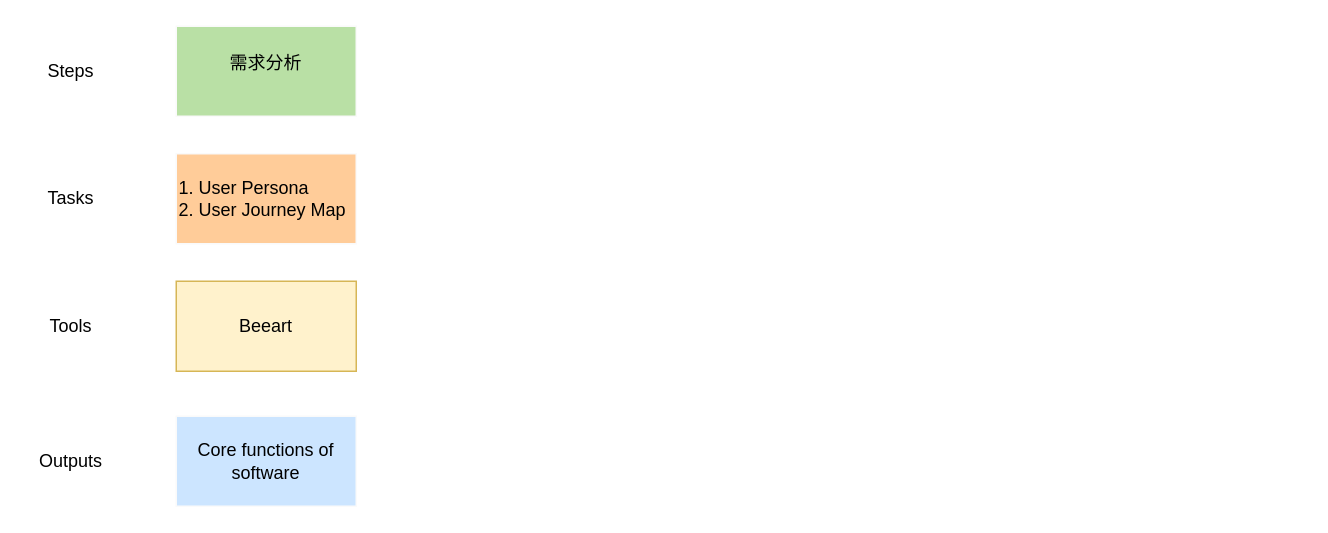
Earlier version of the draw.io diagram page "Page-3" (3 of 5) of wxt-c4.drawio (XiaotianWU-code/img). Source tidied: cells renumbered, new cells numbered last; positions are measured from the earlier drawing's top-left corner, leaving out a move shared by most shapes. Both pictures are drawn from the tidied source at 150%, with x=0, y=0 at pixel (26, 26).
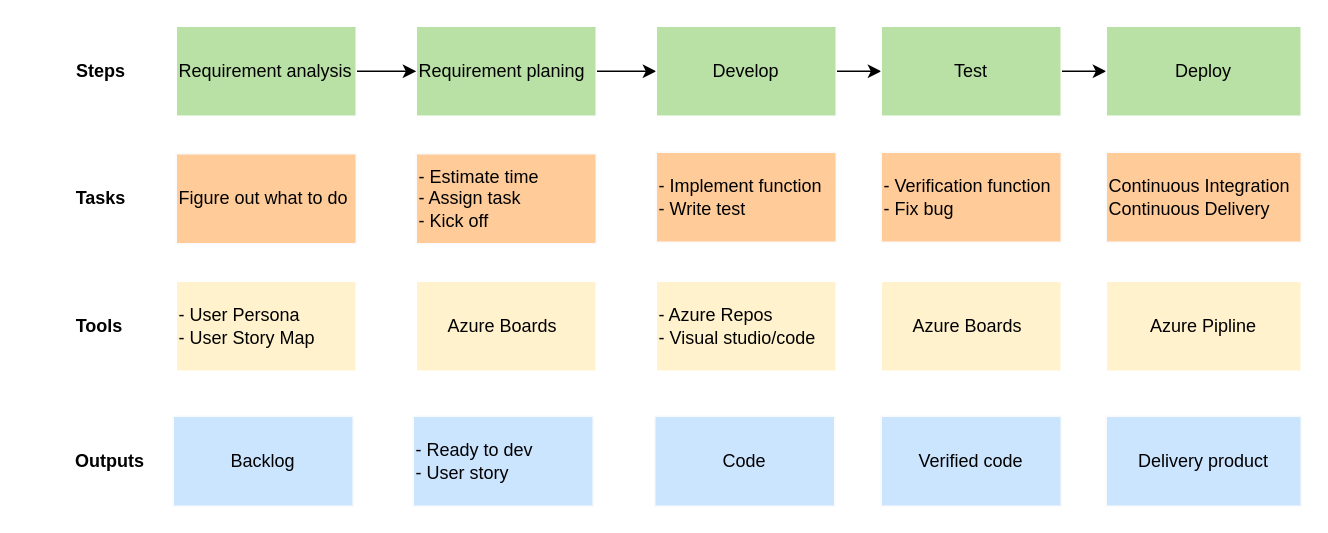
The same diagram, later.

What changed in the source:
```diff
@@
-    <mxCell id="2" style="verticalLabelPosition=bottom;verticalAlign=top;html=1;shape=mxgraph.basic.rect;fillColor2=none;strokeWidth=1;size=20;indent=5;rounded=1;shadow=0;glass=0;sketch=0;strokeColor=#FAFAFA;fillColor=#B9E0A5;" parent="1" vertex="1">
-      <mxGeometry x="100" width="120" height="60" as="geometry" />
-    </mxCell>
-    <mxCell id="3" value="Steps" style="text;html=1;strokeColor=none;fillColor=none;align=center;verticalAlign=middle;whiteSpace=wrap;rounded=0;shadow=0;glass=0;sketch=0;" parent="1" vertex="1">
-      <mxGeometry y="15" width="60" height="30" as="geometry" />
+    <mxCell id="3" value="&lt;b&gt;Steps&lt;/b&gt;" style="text;html=1;strokeColor=none;fillColor=none;align=center;verticalAlign=middle;whiteSpace=wrap;rounded=0;shadow=0;glass=0;sketch=0;" parent="1" vertex="1">
+      <mxGeometry x="20" y="15" width="60" height="30" as="geometry" />
     </mxCell>
-    <mxCell id="4" value="需求分析" style="text;html=1;strokeColor=none;fillColor=none;align=center;verticalAlign=middle;whiteSpace=wrap;rounded=0;shadow=0;glass=0;sketch=0;" parent="1" vertex="1">
-      <mxGeometry x="130" y="10" width="60" height="30" as="geometry" />
-    </mxCell>
-    <mxCell id="5" value="Tasks" style="text;html=1;strokeColor=none;fillColor=none;align=center;verticalAlign=middle;whiteSpace=wrap;rounded=0;shadow=0;glass=0;sketch=0;" parent="1" vertex="1">
-      <mxGeometry y="100" width="60" height="30" as="geometry" />
+    <mxCell id="5" value="&lt;b&gt;Tasks&lt;/b&gt;" style="text;html=1;strokeColor=none;fillColor=none;align=center;verticalAlign=middle;whiteSpace=wrap;rounded=0;shadow=0;glass=0;sketch=0;" parent="1" vertex="1">
+      <mxGeometry x="20" y="100" width="60" height="30" as="geometry" />
     </mxCell>
-    <mxCell id="6" value="1. User Persona&lt;br&gt;2. User Journey Map" style="rounded=0;whiteSpace=wrap;html=1;shadow=0;glass=0;sketch=0;strokeColor=#FAFAFA;fillColor=#ffcc99;align=left;" parent="1" vertex="1">
+    <mxCell id="6" value="Figure out what to do" style="rounded=0;whiteSpace=wrap;html=1;shadow=0;glass=0;sketch=0;strokeColor=#FAFAFA;fillColor=#ffcc99;align=left;" parent="1" vertex="1">
       <mxGeometry x="100" y="85" width="120" height="60" as="geometry" />
     </mxCell>
-    <mxCell id="7" value="Tools" style="text;html=1;strokeColor=none;fillColor=none;align=center;verticalAlign=middle;whiteSpace=wrap;rounded=0;shadow=0;glass=0;sketch=0;" parent="1" vertex="1">
-      <mxGeometry y="185" width="60" height="30" as="geometry" />
+    <mxCell id="7" value="&lt;b&gt;Tools&lt;/b&gt;" style="text;html=1;strokeColor=none;fillColor=none;align=center;verticalAlign=middle;whiteSpace=wrap;rounded=0;shadow=0;glass=0;sketch=0;" parent="1" vertex="1">
+      <mxGeometry x="19" y="185" width="60" height="30" as="geometry" />
     </mxCell>
-    <mxCell id="8" value="Beeart" style="rounded=0;whiteSpace=wrap;html=1;shadow=0;glass=0;sketch=0;strokeColor=#d6b656;fillColor=#fff2cc;" parent="1" vertex="1">
+    <mxCell id="8" value="&lt;span style=&quot;&quot;&gt;- User Persona&lt;/span&gt;&lt;br style=&quot;&quot;&gt;&lt;span style=&quot;&quot;&gt;- User Story Map&lt;/span&gt;" style="rounded=0;whiteSpace=wrap;html=1;shadow=0;glass=0;sketch=0;strokeColor=#FFFFFF;fillColor=#fff2cc;align=left;" parent="1" vertex="1">
       <mxGeometry x="100" y="170" width="120" height="60" as="geometry" />
     </mxCell>
-    <mxCell id="9" value="Outputs" style="text;html=1;strokeColor=none;fillColor=none;align=center;verticalAlign=middle;whiteSpace=wrap;rounded=0;shadow=0;glass=0;sketch=0;" parent="1" vertex="1">
-      <mxGeometry y="275" width="60" height="30" as="geometry" />
+    <mxCell id="9" value="&lt;b&gt;Outputs&lt;/b&gt;" style="text;html=1;strokeColor=none;fillColor=none;align=center;verticalAlign=middle;whiteSpace=wrap;rounded=0;shadow=0;glass=0;sketch=0;" parent="1" vertex="1">
+      <mxGeometry x="26" y="275" width="60" height="30" as="geometry" />
     </mxCell>
-    <mxCell id="10" value="Core functions of software" style="rounded=0;whiteSpace=wrap;html=1;shadow=0;glass=0;sketch=0;strokeColor=#FAFAFA;fillColor=#cce5ff;" parent="1" vertex="1">
-      <mxGeometry x="100" y="260" width="120" height="60" as="geometry" />
+    <mxCell id="10" value="Backlog" style="rounded=0;whiteSpace=wrap;html=1;shadow=0;glass=0;sketch=0;strokeColor=#FAFAFA;fillColor=#cce5ff;" parent="1" vertex="1">
+      <mxGeometry x="98" y="260" width="120" height="60" as="geometry" />
     </mxCell>
+    <mxCell id="11" style="edgeStyle=orthogonalEdgeStyle;rounded=0;jettySize=auto;html=1;" parent="1" edge="1" source="12" target="14">
+      <mxGeometry relative="1" as="geometry" />
+    </mxCell>
+    <mxCell id="12" value="Requirement planing" style="rounded=0;whiteSpace=wrap;html=1;shadow=0;glass=0;sketch=0;strokeColor=#FFFFFF;fillColor=#B9E0A5;align=left;" parent="1" vertex="1">
+      <mxGeometry x="260" width="120" height="60" as="geometry" />
+    </mxCell>
+    <mxCell id="13" style="edgeStyle=orthogonalEdgeStyle;rounded=0;jettySize=auto;html=1;" parent="1" edge="1" source="14" target="24">
+      <mxGeometry relative="1" as="geometry" />
+    </mxCell>
+    <mxCell id="14" value="Develop" style="rounded=0;whiteSpace=wrap;html=1;shadow=0;glass=0;sketch=0;strokeColor=#FFFFFF;fillColor=#B9E0A5;align=center;" parent="1" vertex="1">
+      <mxGeometry x="420" width="120" height="60" as="geometry" />
+    </mxCell>
+    <mxCell id="15" value="- Estimate time&lt;br&gt;- Assign task&lt;br&gt;- Kick off" style="rounded=0;whiteSpace=wrap;html=1;shadow=0;glass=0;sketch=0;strokeColor=#FAFAFA;fillColor=#ffcc99;align=left;" parent="1" vertex="1">
+      <mxGeometry x="260" y="85" width="120" height="60" as="geometry" />
+    </mxCell>
+    <mxCell id="16" value="&lt;blockquote style=&quot;margin: 0 0 0 40px; border: none; padding: 0px;&quot;&gt;&lt;/blockquote&gt;&lt;span style=&quot;background-color: initial;&quot;&gt;&lt;div style=&quot;text-align: center;&quot;&gt;&amp;nbsp; &amp;nbsp; &amp;nbsp; Azure Boards&lt;/div&gt;&lt;/span&gt;" style="rounded=0;whiteSpace=wrap;html=1;shadow=0;glass=0;sketch=0;strokeColor=#FFFFFF;fillColor=#fff2cc;align=left;" parent="1" vertex="1">
+      <mxGeometry x="260" y="170" width="120" height="60" as="geometry" />
+    </mxCell>
+    <mxCell id="17" value="- Ready to dev&lt;br&gt;- User story" style="rounded=0;whiteSpace=wrap;html=1;shadow=0;glass=0;sketch=0;strokeColor=#FAFAFA;fillColor=#cce5ff;align=left;" parent="1" vertex="1">
+      <mxGeometry x="258" y="260" width="120" height="60" as="geometry" />
+    </mxCell>
+    <mxCell id="18" style="edgeStyle=orthogonalEdgeStyle;rounded=0;jettySize=auto;html=1;" parent="1" edge="1" source="19" target="12">
+      <mxGeometry relative="1" as="geometry" />
+    </mxCell>
+    <mxCell id="19" value="Requirement analysis" style="rounded=0;whiteSpace=wrap;html=1;shadow=0;glass=0;sketch=0;strokeColor=#FFFFFF;fillColor=#B9E0A5;align=left;" parent="1" vertex="1">
+      <mxGeometry x="100" width="120" height="60" as="geometry" />
+    </mxCell>
+    <mxCell id="20" value="- Implement function&lt;br&gt;- Write test&amp;nbsp;" style="rounded=0;whiteSpace=wrap;html=1;shadow=0;glass=0;sketch=0;strokeColor=#FAFAFA;fillColor=#ffcc99;align=left;" parent="1" vertex="1">
+      <mxGeometry x="420" y="84" width="120" height="60" as="geometry" />
+    </mxCell>
+    <mxCell id="21" value="&lt;blockquote style=&quot;margin: 0 0 0 40px; border: none; padding: 0px;&quot;&gt;&lt;/blockquote&gt;&lt;span style=&quot;background-color: initial;&quot;&gt;&lt;div style=&quot;&quot;&gt;- Azure Repos&lt;/div&gt;&lt;div style=&quot;&quot;&gt;- Visual studio/code&lt;/div&gt;&lt;/span&gt;" style="rounded=0;whiteSpace=wrap;html=1;shadow=0;glass=0;sketch=0;strokeColor=#FFFFFF;fillColor=#fff2cc;align=left;" parent="1" vertex="1">
+      <mxGeometry x="420" y="170" width="120" height="60" as="geometry" />
+    </mxCell>
+    <mxCell id="22" value="Code" style="rounded=0;whiteSpace=wrap;html=1;shadow=0;glass=0;sketch=0;strokeColor=#FAFAFA;fillColor=#cce5ff;" parent="1" vertex="1">
+      <mxGeometry x="419" y="260" width="120" height="60" as="geometry" />
+    </mxCell>
+    <mxCell id="23" style="edgeStyle=orthogonalEdgeStyle;rounded=0;jettySize=auto;html=1;" parent="1" edge="1" source="24" target="28">
+      <mxGeometry relative="1" as="geometry" />
+    </mxCell>
+    <mxCell id="24" value="Test" style="rounded=0;whiteSpace=wrap;html=1;shadow=0;glass=0;sketch=0;strokeColor=#FFFFFF;fillColor=#B9E0A5;align=center;" parent="1" vertex="1">
+      <mxGeometry x="570" width="120" height="60" as="geometry" />
+    </mxCell>
+    <mxCell id="25" value="- Verification function&lt;br&gt;- Fix bug" style="rounded=0;whiteSpace=wrap;html=1;shadow=0;glass=0;sketch=0;strokeColor=#FAFAFA;fillColor=#ffcc99;align=left;" parent="1" vertex="1">
+      <mxGeometry x="570" y="84" width="120" height="60" as="geometry" />
+    </mxCell>
+    <mxCell id="26" value="&lt;blockquote style=&quot;margin: 0 0 0 40px; border: none; padding: 0px;&quot;&gt;&lt;/blockquote&gt;&lt;span style=&quot;background-color: initial;&quot;&gt;&lt;div style=&quot;text-align: right;&quot;&gt;&amp;nbsp; &amp;nbsp; &amp;nbsp; Azure Boards&lt;br&gt;&lt;/div&gt;&lt;/span&gt;" style="rounded=0;whiteSpace=wrap;html=1;shadow=0;glass=0;sketch=0;strokeColor=#FFFFFF;fillColor=#fff2cc;align=left;" parent="1" vertex="1">
+      <mxGeometry x="570" y="170" width="120" height="60" as="geometry" />
+    </mxCell>
+    <mxCell id="27" value="Verified code" style="rounded=0;whiteSpace=wrap;html=1;shadow=0;glass=0;sketch=0;strokeColor=#FAFAFA;fillColor=#cce5ff;" parent="1" vertex="1">
+      <mxGeometry x="570" y="260" width="120" height="60" as="geometry" />
+    </mxCell>
+    <mxCell id="28" value="Deploy" style="rounded=0;whiteSpace=wrap;html=1;shadow=0;glass=0;sketch=0;strokeColor=#FFFFFF;fillColor=#B9E0A5;align=center;" parent="1" vertex="1">
+      <mxGeometry x="720" width="130" height="60" as="geometry" />
+    </mxCell>
+    <mxCell id="29" value="Continuous Integration&lt;br&gt;Continuous Delivery" style="rounded=0;whiteSpace=wrap;html=1;shadow=0;glass=0;sketch=0;strokeColor=#FAFAFA;fillColor=#ffcc99;align=left;" parent="1" vertex="1">
+      <mxGeometry x="720" y="84" width="130" height="60" as="geometry" />
+    </mxCell>
+    <mxCell id="30" value="Delivery product" style="rounded=0;whiteSpace=wrap;html=1;shadow=0;glass=0;sketch=0;strokeColor=#FAFAFA;fillColor=#cce5ff;" parent="1" vertex="1">
+      <mxGeometry x="720" y="260" width="130" height="60" as="geometry" />
+    </mxCell>
+    <mxCell id="31" value="Azure Pipline" style="rounded=0;whiteSpace=wrap;html=1;shadow=0;glass=0;sketch=0;strokeColor=#FFFFFF;fillColor=#fff2cc;align=center;" parent="1" vertex="1">
+      <mxGeometry x="720" y="170" width="130" height="60" as="geometry" />
+    </mxCell>
```
